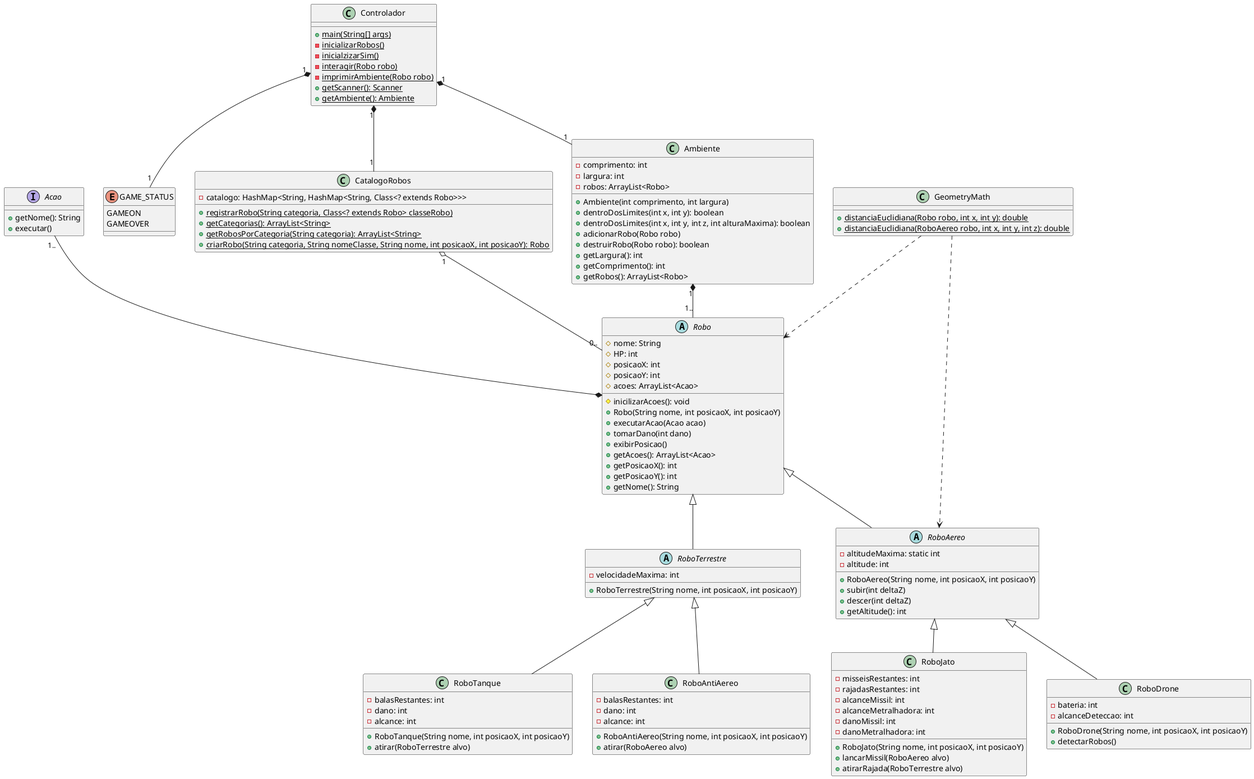
Above: uml/diagram.png in miguel-pramos/MC322 (PlantUML), before the change.
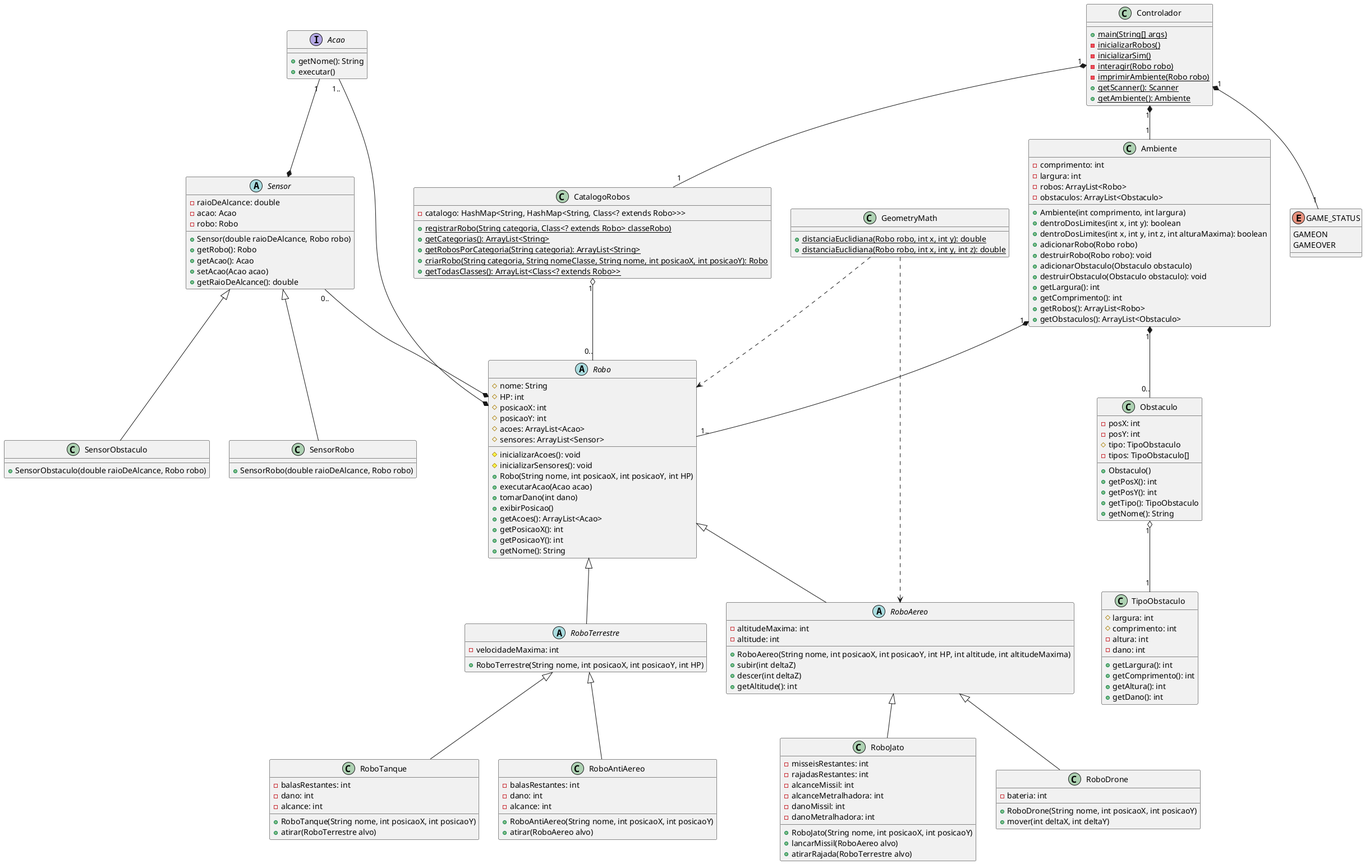
The same file after the commit.

Commit message:
diagram atualization

Diff of the diagram source:
```diff
@@ -1,4 +1,4 @@
-@startuml
+@startuml diagram
 
 
 interface Acao {
@@ -7,6 +7,7 @@
 }
 
 Acao "1.." --* Robo
+Acao "1" --* Sensor
 
 class CatalogoRobos {
     -catalogo: HashMap<String, HashMap<String, Class<? extends Robo>>>
@@ -14,13 +15,14 @@
     {static} +getCategorias(): ArrayList<String>
     {static} +getRobosPorCategoria(String categoria): ArrayList<String>
     {static} +criarRobo(String categoria, String nomeClasse, String nome, int posicaoX, int posicaoY): Robo
+    {static} +getTodasClasses(): ArrayList<Class<? extends Robo>>
 }
 
 CatalogoRobos "1" o-- "0.." Robo
 
 class GeometryMath {
     {static} +distanciaEuclidiana(Robo robo, int x, int y): double
-    {static} +distanciaEuclidiana(RoboAereo robo, int x, int y, int z): double
+    {static} +distanciaEuclidiana(Robo robo, int x, int y, int z): double
 }
 
 GeometryMath ..> Robo
@@ -30,17 +32,47 @@
     -comprimento: int
     -largura: int
     -robos: ArrayList<Robo>
+    -obstaculos: ArrayList<Obstaculo>
     +Ambiente(int comprimento, int largura)
     +dentroDosLimites(int x, int y): boolean
     +dentroDosLimites(int x, int y, int z, int alturaMaxima): boolean
     +adicionarRobo(Robo robo)
-    +destruirRobo(Robo robo): boolean
+    +destruirRobo(Robo robo): void
+    +adicionarObstaculo(Obstaculo obstaculo)
+    +destruirObstaculo(Obstaculo obstaculo): void
     +getLargura(): int
     +getComprimento(): int
     +getRobos(): ArrayList<Robo>
+    +getObstaculos(): ArrayList<Obstaculo>
 }
 
 Ambiente "1" *-- "1.." Robo
+Ambiente "1" *-- "0.." Obstaculo
+
+class Obstaculo {
+    -posX: int
+    -posY: int
+    #tipo: TipoObstaculo
+    -tipos: TipoObstaculo[]
+    +Obstaculo()
+    +getPosX(): int
+    +getPosY(): int
+    +getTipo(): TipoObstaculo
+    +getNome(): String
+}
+
+class TipoObstaculo {
+    #largura: int
+    #comprimento: int
+    -altura: int
+    -dano: int
+    +getLargura(): int
+    +getComprimento(): int
+    +getAltura(): int
+    +getDano(): int
+}
+
+Obstaculo "1" o-- "1" TipoObstaculo
 
 abstract class Robo {
     #nome: String
@@ -48,8 +80,10 @@
     #posicaoX: int
     #posicaoY: int
     #acoes: ArrayList<Acao>
-    #inicilizarAcoes(): void
-    +Robo(String nome, int posicaoX, int posicaoY)
+    #sensores: ArrayList<Sensor>
+    #inicializarAcoes(): void
+    #inicializarSensores(): void
+    +Robo(String nome, int posicaoX, int posicaoY, int HP)
     +executarAcao(Acao acao)
     +tomarDano(int dano)
     +exibirPosicao()
@@ -61,7 +95,7 @@
 
 abstract class RoboTerrestre {
     -velocidadeMaxima: int
-    +RoboTerrestre(String nome, int posicaoX, int posicaoY)
+    +RoboTerrestre(String nome, int posicaoX, int posicaoY, int HP)
 }
 
 class RoboTanque {
@@ -81,9 +115,9 @@
 }
 
 abstract class RoboAereo {
-    -altitudeMaxima: static int
+    -altitudeMaxima: int
     -altitude: int
-    +RoboAereo(String nome, int posicaoX, int posicaoY)
+    +RoboAereo(String nome, int posicaoX, int posicaoY, int HP, int altitude, int altitudeMaxima)
     +subir(int deltaZ)
     +descer(int deltaZ)
     +getAltitude(): int
@@ -103,9 +137,8 @@
 
 class RoboDrone {
     -bateria: int
-    -alcanceDeteccao: int
     +RoboDrone(String nome, int posicaoX, int posicaoY)
-    +detectarRobos()
+    +mover(int deltaX, int deltaY)
 }
 
 Robo <|-- RoboTerrestre
@@ -115,10 +148,34 @@
 RoboAereo <|-- RoboJato
 RoboAereo <|-- RoboDrone
 
+abstract class Sensor {
+    -raioDeAlcance: double
+    -acao: Acao
+    -robo: Robo
+    +Sensor(double raioDeAlcance, Robo robo)
+    +getRobo(): Robo
+    +getAcao(): Acao
+    +setAcao(Acao acao)
+    +getRaioDeAlcance(): double
+}
+
+class SensorRobo {
+    +SensorRobo(double raioDeAlcance, Robo robo)
+}
+
+class SensorObstaculo {
+    +SensorObstaculo(double raioDeAlcance, Robo robo)
+}
+
+Sensor <|-- SensorRobo
+Sensor <|-- SensorObstaculo
+
+Sensor "0.." --* Robo
+
 class Controlador {
     {static} +main(String[] args)
     {static} -inicializarRobos()
-    {static} -inicialzizarSim()
+    {static} -inicializarSim()
     {static} -interagir(Robo robo)
     {static} -imprimirAmbiente(Robo robo)
     {static} +getScanner(): Scanner
```
